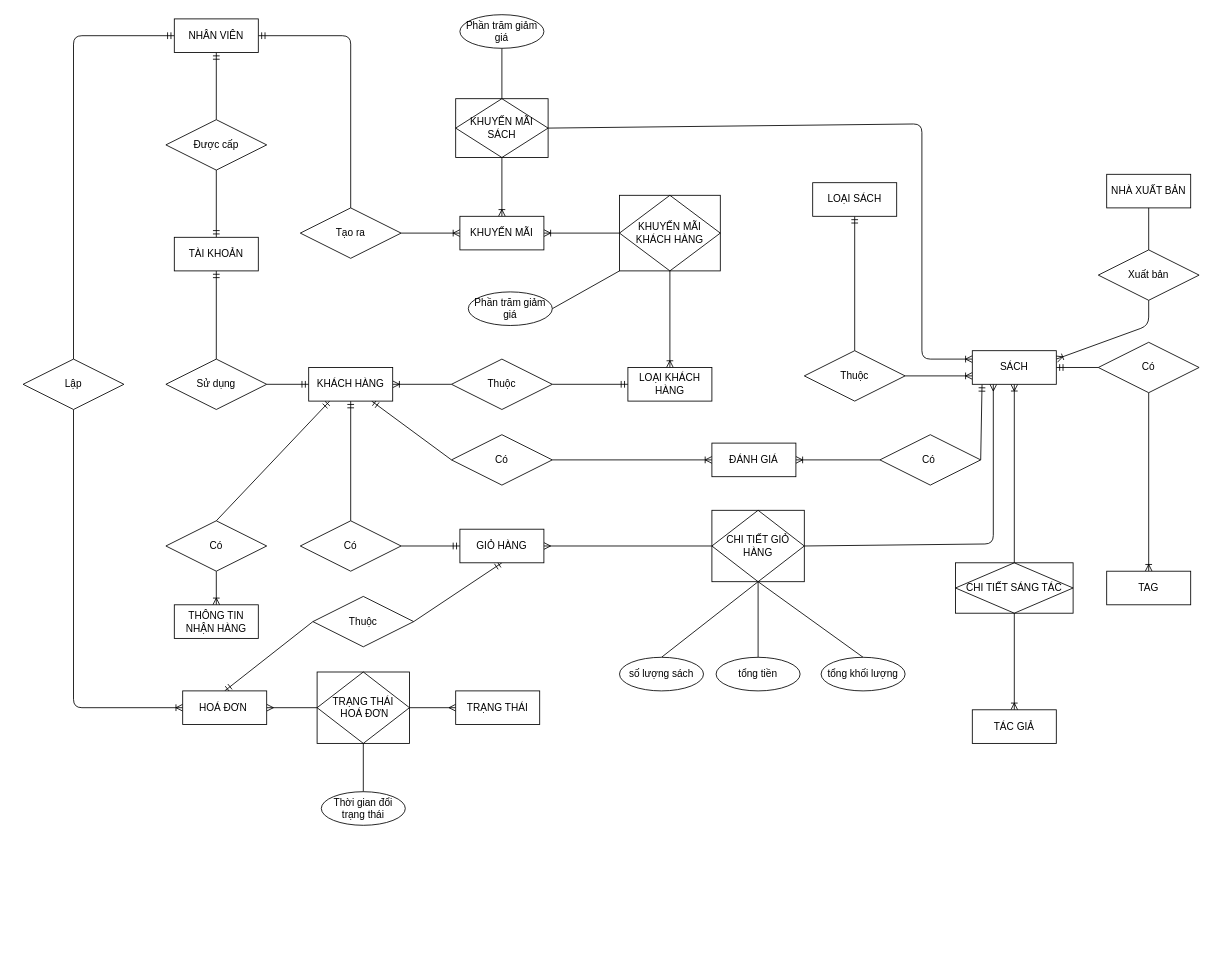
powdevlin12/Sell_Book_Online_BE_NestJS keeps this draw.io diagram as design/ERD.drawio. Above is the earlier version. Source tidied: cells renumbered, new cells numbered last; positions are measured from the earlier drawing's top-left corner, leaving out a move shared by most shapes. Both pictures are drawn from the tidied source at 84%, with x=0, y=0 at pixel (23, 14).
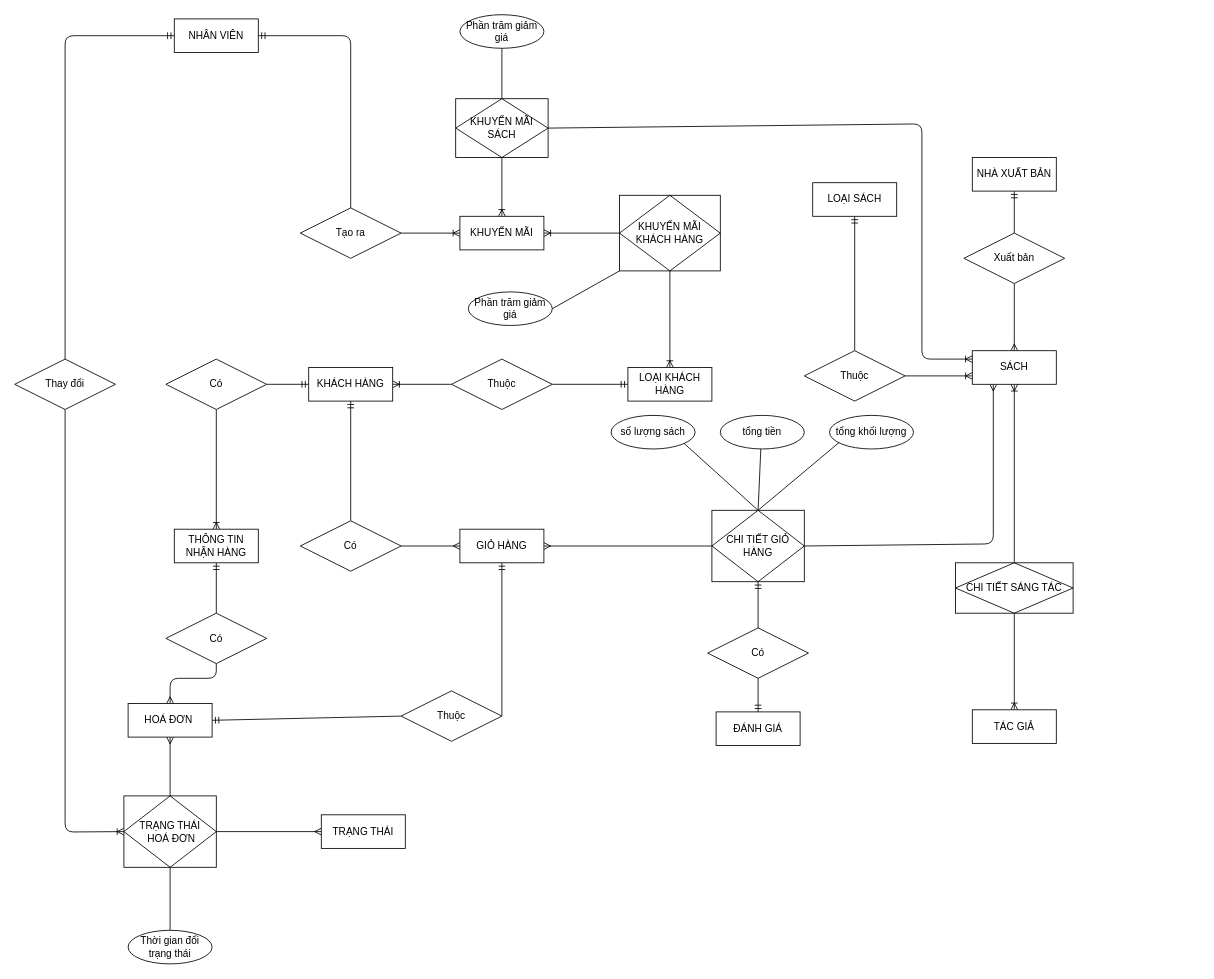
The same page after the edit.

Unchanged cells that the change refers to:
```xml
<mxCell id="8" value="NHÂN VIÊN" style="rounded=0;arcSize=10;whiteSpace=wrap;html=1;align=center;" parent="1" vertex="1">
  <mxGeometry x="180" y="5" width="100" height="40" as="geometry" />
</mxCell>
<mxCell id="14" value="KHÁCH HÀNG" style="whiteSpace=wrap;html=1;align=center;rounded=0;" parent="1" vertex="1">
  <mxGeometry x="340" y="420" width="100" height="40" as="geometry" />
</mxCell>
<mxCell id="28" value="SÁCH" style="whiteSpace=wrap;html=1;align=center;rounded=0;" parent="1" vertex="1">
  <mxGeometry x="1130" y="400" width="100" height="40" as="geometry" />
</mxCell>
<mxCell id="59" value="GIỎ HÀNG" style="rounded=0;arcSize=10;whiteSpace=wrap;html=1;align=center;" parent="1" vertex="1">
  <mxGeometry x="520" y="612.5" width="100" height="40" as="geometry" />
</mxCell>
<mxCell id="60" value="Có" style="shape=rhombus;perimeter=rhombusPerimeter;whiteSpace=wrap;html=1;align=center;rounded=0;sketch=0;" parent="1" vertex="1">
  <mxGeometry x="330" y="602.5" width="120" height="60" as="geometry" />
</mxCell>
<mxCell id="64" value="CHI TIẾT GIỎ HÀNG" style="shape=associativeEntity;whiteSpace=wrap;html=1;align=center;rounded=0;sketch=0;" parent="1" vertex="1">
  <mxGeometry x="820" y="590" width="110" height="85" as="geometry" />
</mxCell>
```

The edit, as a diff of the source:
```diff
@@
-    <mxCell id="2" style="edgeStyle=none;html=1;exitX=0.5;exitY=0;exitDx=0;exitDy=0;entryX=0.5;entryY=1;entryDx=0;entryDy=0;endArrow=none;endFill=0;startArrow=ERmandOne;startFill=0;" parent="1" edge="1" source="4" target="15">
-      <mxGeometry relative="1" as="geometry" />
-    </mxCell>
-    <mxCell id="3" style="edgeStyle=none;html=1;exitX=0.5;exitY=1;exitDx=0;exitDy=0;startArrow=ERmandOne;startFill=0;endArrow=none;endFill=0;entryX=0.5;entryY=0;entryDx=0;entryDy=0;" parent="1" edge="1" source="4" target="16">
-      <mxGeometry relative="1" as="geometry" />
-    </mxCell>
-    <mxCell id="4" value="TÀI KHOẢN" style="rounded=0;arcSize=10;whiteSpace=wrap;html=1;align=center;" parent="1" vertex="1">
-      <mxGeometry x="180" y="265" width="100" height="40" as="geometry" />
-    </mxCell>
-    <mxCell id="5" style="edgeStyle=none;html=1;exitX=0.5;exitY=1;exitDx=0;exitDy=0;entryX=0.5;entryY=0;entryDx=0;entryDy=0;startArrow=ERmandOne;startFill=0;endArrow=none;endFill=0;" parent="1" edge="1" source="8" target="15">
-      <mxGeometry relative="1" as="geometry" />
-    </mxCell>
@@
     <mxCell id="7" style="edgeStyle=none;html=1;exitX=0;exitY=0.5;exitDx=0;exitDy=0;entryX=0.5;entryY=0;entryDx=0;entryDy=0;startArrow=ERmandOne;startFill=0;endArrow=none;endFill=0;" parent="1" edge="1" source="8" target="76">
       <mxGeometry relative="1" as="geometry">
         <Array as="points">
-          <mxPoint x="60" y="25" />
+          <mxPoint x="50" y="25" />
         </Array>
       </mxGeometry>
     </mxCell>
@@
-    <mxCell id="9" style="edgeStyle=none;html=1;exitX=0;exitY=0.5;exitDx=0;exitDy=0;entryX=1;entryY=0.5;entryDx=0;entryDy=0;startArrow=ERmandOne;startFill=0;endArrow=none;endFill=0;" parent="1" edge="1" source="14" target="16">
-      <mxGeometry relative="1" as="geometry" />
-    </mxCell>
@@
-    <mxCell id="12" style="edgeStyle=none;html=1;exitX=0.25;exitY=1;exitDx=0;exitDy=0;entryX=0.5;entryY=0;entryDx=0;entryDy=0;startArrow=ERmandOne;startFill=0;endArrow=none;endFill=0;" parent="1" edge="1" source="14" target="81">
+    <mxCell id="12" style="edgeStyle=none;html=1;exitX=0;exitY=0.5;exitDx=0;exitDy=0;entryX=1;entryY=0.5;entryDx=0;entryDy=0;startArrow=ERmandOne;startFill=0;endArrow=none;endFill=0;" parent="1" edge="1" source="14" target="81">
       <mxGeometry relative="1" as="geometry" />
     </mxCell>
-    <mxCell id="13" style="edgeStyle=none;html=1;exitX=0.75;exitY=1;exitDx=0;exitDy=0;entryX=0;entryY=0.5;entryDx=0;entryDy=0;startArrow=ERmandOne;startFill=0;endArrow=none;endFill=0;" parent="1" edge="1" source="14" target="82">
+    <mxCell id="13" style="edgeStyle=none;html=1;exitX=0.5;exitY=1;exitDx=0;exitDy=0;entryX=0.5;entryY=0;entryDx=0;entryDy=0;startArrow=ERmandOne;startFill=0;endArrow=none;endFill=0;" parent="1" edge="1" source="64" target="82">
       <mxGeometry relative="1" as="geometry" />
     </mxCell>
@@
-    <mxCell id="15" value="Được cấp" style="shape=rhombus;perimeter=rhombusPerimeter;whiteSpace=wrap;html=1;align=center;rounded=0;" parent="1" vertex="1">
-      <mxGeometry x="170" y="125" width="120" height="60" as="geometry" />
-    </mxCell>
-    <mxCell id="16" value="Sử dụng" style="shape=rhombus;perimeter=rhombusPerimeter;whiteSpace=wrap;html=1;align=center;rounded=0;" parent="1" vertex="1">
-      <mxGeometry x="170" y="410" width="120" height="60" as="geometry" />
-    </mxCell>
@@
-    <mxCell id="22" style="edgeStyle=none;html=1;exitX=1;exitY=0.5;exitDx=0;exitDy=0;entryX=0;entryY=0.5;entryDx=0;entryDy=0;startArrow=ERmandOne;startFill=0;endArrow=none;endFill=0;" parent="1" edge="1" source="28" target="41">
-      <mxGeometry relative="1" as="geometry" />
-    </mxCell>
-    <mxCell id="23" style="edgeStyle=none;html=1;exitX=1;exitY=0.25;exitDx=0;exitDy=0;entryX=0.5;entryY=1;entryDx=0;entryDy=0;startArrow=ERoneToMany;startFill=0;endArrow=none;endFill=0;" parent="1" edge="1" source="28" target="42">
-      <mxGeometry relative="1" as="geometry">
-        <Array as="points">
-          <mxPoint x="1340" y="370" />
-        </Array>
-      </mxGeometry>
-    </mxCell>
@@
-    <mxCell id="25" style="edgeStyle=none;html=1;exitX=0.116;exitY=1.004;exitDx=0;exitDy=0;entryX=1;entryY=0.5;entryDx=0;entryDy=0;startArrow=ERmandOne;startFill=0;endArrow=none;endFill=0;exitPerimeter=0;" parent="1" edge="1" source="28" target="44">
-      <mxGeometry relative="1" as="geometry" />
-    </mxCell>
@@
+    <mxCell id="23" style="edgeStyle=none;html=1;exitX=0.5;exitY=0;exitDx=0;exitDy=0;entryX=0.5;entryY=1;entryDx=0;entryDy=0;startArrow=ERmany;startFill=0;endArrow=none;endFill=0;" parent="1" edge="1" source="28" target="42">
+      <mxGeometry relative="1" as="geometry" />
+    </mxCell>
@@
-    <mxCell id="31" style="edgeStyle=none;html=1;exitX=1;exitY=0.5;exitDx=0;exitDy=0;entryX=0;entryY=0.5;entryDx=0;entryDy=0;startArrow=ERoneToMany;startFill=0;endArrow=none;endFill=0;" parent="1" edge="1" source="33" target="44">
-      <mxGeometry relative="1" as="geometry" />
-    </mxCell>
-    <mxCell id="32" style="edgeStyle=none;html=1;exitX=0;exitY=0.5;exitDx=0;exitDy=0;entryX=1;entryY=0.5;entryDx=0;entryDy=0;startArrow=ERoneToMany;startFill=0;endArrow=none;endFill=0;" parent="1" edge="1" source="33" target="82">
+    <mxCell id="32" style="edgeStyle=none;html=1;exitX=0.5;exitY=0;exitDx=0;exitDy=0;entryX=0.5;entryY=1;entryDx=0;entryDy=0;startArrow=ERmandOne;startFill=0;endArrow=none;endFill=0;" parent="1" edge="1" source="33" target="82">
       <mxGeometry relative="1" as="geometry" />
     </mxCell>
     <mxCell id="33" value="ĐÁNH GIÁ" style="whiteSpace=wrap;html=1;align=center;rounded=0;" parent="1" vertex="1">
-      <mxGeometry x="820" y="510" width="100" height="40" as="geometry" />
+      <mxGeometry x="825" y="830" width="100" height="40" as="geometry" />
     </mxCell>
@@
-    <mxCell id="36" style="edgeStyle=none;html=1;entryX=0.5;entryY=0;entryDx=0;entryDy=0;startArrow=ERmandOne;startFill=0;endArrow=none;endFill=0;" parent="1" edge="1" target="42">
-      <mxGeometry relative="1" as="geometry">
-        <mxPoint x="1340" y="220" as="sourcePoint" />
-      </mxGeometry>
+    <mxCell id="36" style="edgeStyle=none;html=1;entryX=0.5;entryY=0;entryDx=0;entryDy=0;startArrow=ERmandOne;startFill=0;endArrow=none;endFill=0;exitX=0.5;exitY=1;exitDx=0;exitDy=0;" parent="1" edge="1" source="37" target="42">
+      <mxGeometry relative="1" as="geometry" />
     </mxCell>
     <mxCell id="37" value="NHÀ XUẤT BẢN" style="whiteSpace=wrap;html=1;align=center;rounded=0;" parent="1" vertex="1">
-      <mxGeometry x="1290" y="190" width="100" height="40" as="geometry" />
+      <mxGeometry x="1130" y="170" width="100" height="40" as="geometry" />
     </mxCell>
-    <mxCell id="38" style="edgeStyle=none;html=1;exitX=0.5;exitY=0;exitDx=0;exitDy=0;entryX=0.5;entryY=1;entryDx=0;entryDy=0;startArrow=ERoneToMany;startFill=0;endArrow=none;endFill=0;" parent="1" edge="1" source="39" target="41">
-      <mxGeometry relative="1" as="geometry" />
-    </mxCell>
-    <mxCell id="39" value="TAG" style="whiteSpace=wrap;html=1;align=center;rounded=0;" parent="1" vertex="1">
-      <mxGeometry x="1290" y="662.5" width="100" height="40" as="geometry" />
-    </mxCell>
@@
-    <mxCell id="41" value="Có" style="shape=rhombus;perimeter=rhombusPerimeter;whiteSpace=wrap;html=1;align=center;rounded=0;" parent="1" vertex="1">
-      <mxGeometry x="1280" y="390" width="120" height="60" as="geometry" />
-    </mxCell>
     <mxCell id="42" value="Xuất bản" style="shape=rhombus;perimeter=rhombusPerimeter;whiteSpace=wrap;html=1;align=center;rounded=0;" parent="1" vertex="1">
-      <mxGeometry x="1280" y="280" width="120" height="60" as="geometry" />
+      <mxGeometry x="1120" y="260" width="120" height="60" as="geometry" />
     </mxCell>
@@
-    <mxCell id="44" value="Có&amp;nbsp;" style="shape=rhombus;perimeter=rhombusPerimeter;whiteSpace=wrap;html=1;align=center;rounded=0;" parent="1" vertex="1">
-      <mxGeometry x="1020" y="500" width="120" height="60" as="geometry" />
-    </mxCell>
@@
-    <mxCell id="56" style="edgeStyle=none;html=1;exitX=0;exitY=0.5;exitDx=0;exitDy=0;entryX=1;entryY=0.5;entryDx=0;entryDy=0;startArrow=ERmandOne;startFill=0;endArrow=none;endFill=0;" parent="1" edge="1" source="59" target="60">
+    <mxCell id="56" style="edgeStyle=none;html=1;exitX=0;exitY=0.5;exitDx=0;exitDy=0;entryX=1;entryY=0.5;entryDx=0;entryDy=0;startArrow=ERmany;startFill=0;endArrow=none;endFill=0;" parent="1" edge="1" source="59" target="60">
       <mxGeometry relative="1" as="geometry" />
     </mxCell>
@@
-    <mxCell id="61" style="edgeStyle=none;html=1;exitX=0.5;exitY=1;exitDx=0;exitDy=0;entryX=0.5;entryY=0;entryDx=0;entryDy=0;startArrow=none;startFill=0;endArrow=none;endFill=0;" parent="1" edge="1" source="64" target="77">
+    <mxCell id="61" style="edgeStyle=none;html=1;exitX=0.5;exitY=0;exitDx=0;exitDy=0;entryX=0.5;entryY=0;entryDx=0;entryDy=0;startArrow=none;startFill=0;endArrow=none;endFill=0;" parent="1" edge="1" source="64" target="77">
       <mxGeometry relative="1" as="geometry" />
     </mxCell>
-    <mxCell id="62" style="edgeStyle=none;html=1;exitX=0.5;exitY=1;exitDx=0;exitDy=0;entryX=0.5;entryY=0;entryDx=0;entryDy=0;startArrow=none;startFill=0;endArrow=none;endFill=0;" parent="1" edge="1" source="64" target="78">
+    <mxCell id="62" style="edgeStyle=none;html=1;exitX=0.5;exitY=0;exitDx=0;exitDy=0;entryX=0.5;entryY=0;entryDx=0;entryDy=0;startArrow=none;startFill=0;endArrow=none;endFill=0;" parent="1" edge="1" source="64" target="78">
       <mxGeometry relative="1" as="geometry" />
     </mxCell>
-    <mxCell id="63" style="edgeStyle=none;html=1;exitX=0.5;exitY=1;exitDx=0;exitDy=0;entryX=0.5;entryY=0;entryDx=0;entryDy=0;startArrow=none;startFill=0;endArrow=none;endFill=0;" parent="1" edge="1" source="64" target="65">
+    <mxCell id="63" style="edgeStyle=none;html=1;exitX=0.5;exitY=0;exitDx=0;exitDy=0;entryX=0.5;entryY=0;entryDx=0;entryDy=0;startArrow=none;startFill=0;endArrow=none;endFill=0;" parent="1" edge="1" source="64" target="65">
       <mxGeometry relative="1" as="geometry" />
     </mxCell>
@@
     <mxCell id="65" value="số lượng sách" style="ellipse;whiteSpace=wrap;html=1;align=center;rounded=0;sketch=0;" parent="1" vertex="1">
-      <mxGeometry x="710" y="765" width="100" height="40" as="geometry" />
+      <mxGeometry x="700" y="477" width="100" height="40" as="geometry" />
     </mxCell>
-    <mxCell id="66" style="edgeStyle=none;html=1;exitX=1;exitY=0.5;exitDx=0;exitDy=0;entryX=0;entryY=0.5;entryDx=0;entryDy=0;startArrow=ERmany;startFill=0;endArrow=none;endFill=0;" parent="1" edge="1" source="69" target="73">
+    <mxCell id="66" style="edgeStyle=none;html=1;exitX=0.5;exitY=1;exitDx=0;exitDy=0;entryX=0.5;entryY=0;entryDx=0;entryDy=0;startArrow=ERmany;startFill=0;endArrow=none;endFill=0;" parent="1" edge="1" source="69" target="73">
       <mxGeometry relative="1" as="geometry" />
     </mxCell>
-    <mxCell id="67" style="edgeStyle=none;html=1;exitX=0.5;exitY=0;exitDx=0;exitDy=0;entryX=0;entryY=0.5;entryDx=0;entryDy=0;startArrow=ERmandOne;startFill=0;endArrow=none;endFill=0;" parent="1" edge="1" source="69" target="75">
+    <mxCell id="67" style="edgeStyle=none;html=1;exitX=1;exitY=0.5;exitDx=0;exitDy=0;entryX=0;entryY=0.5;entryDx=0;entryDy=0;startArrow=ERmandOne;startFill=0;endArrow=none;endFill=0;" parent="1" edge="1" source="69" target="75">
       <mxGeometry relative="1" as="geometry" />
     </mxCell>
-    <mxCell id="68" style="edgeStyle=none;html=1;exitX=0;exitY=0.5;exitDx=0;exitDy=0;entryX=0.5;entryY=1;entryDx=0;entryDy=0;startArrow=ERoneToMany;startFill=0;endArrow=none;endFill=0;" parent="1" edge="1" source="69" target="76">
+    <mxCell id="68" style="edgeStyle=none;html=1;exitX=0;exitY=0.5;exitDx=0;exitDy=0;entryX=0.5;entryY=1;entryDx=0;entryDy=0;startArrow=ERoneToMany;startFill=0;endArrow=none;endFill=0;" parent="1" edge="1" source="73" target="76">
       <mxGeometry relative="1" as="geometry">
         <Array as="points">
-          <mxPoint x="60" y="825" />
+          <mxPoint x="50" y="973" />
         </Array>
       </mxGeometry>
     </mxCell>
+    <mxCell id="83" style="edgeStyle=none;html=1;exitX=0.5;exitY=0;exitDx=0;exitDy=0;entryX=0.5;entryY=1;entryDx=0;entryDy=0;startArrow=ERmany;startFill=0;endArrow=none;endFill=0;" parent="1" edge="1" source="69" target="85">
+      <mxGeometry relative="1" as="geometry">
+        <Array as="points">
+          <mxPoint x="175" y="790" />
+          <mxPoint x="230" y="790" />
+        </Array>
+      </mxGeometry>
+    </mxCell>
     <mxCell id="69" value="HOÁ ĐƠN&amp;nbsp;" style="whiteSpace=wrap;html=1;align=center;rounded=0;" parent="1" vertex="1">
-      <mxGeometry x="190" y="805" width="100" height="40" as="geometry" />
+      <mxGeometry x="125" y="820" width="100" height="40" as="geometry" />
     </mxCell>
@@
     <mxCell id="71" value="TRẠNG THÁI" style="whiteSpace=wrap;html=1;align=center;rounded=0;" parent="1" vertex="1">
-      <mxGeometry x="515" y="805" width="100" height="40" as="geometry" />
+      <mxGeometry x="355" y="952.5" width="100" height="40" as="geometry" />
     </mxCell>
@@
     <mxCell id="73" value="TRẠNG THÁI&lt;br&gt;&amp;nbsp;HOÁ ĐƠN" style="shape=associativeEntity;whiteSpace=wrap;html=1;align=center;rounded=0;sketch=0;" parent="1" vertex="1">
-      <mxGeometry x="350" y="782.5" width="110" height="85" as="geometry" />
+      <mxGeometry x="120" y="930" width="110" height="85" as="geometry" />
     </mxCell>
     <mxCell id="74" value="Thời gian đổi trạng thái" style="ellipse;whiteSpace=wrap;html=1;align=center;rounded=0;sketch=0;" parent="1" vertex="1">
-      <mxGeometry x="355" y="925" width="100" height="40" as="geometry" />
+      <mxGeometry x="125" y="1090" width="100" height="40" as="geometry" />
     </mxCell>
     <mxCell id="75" value="Thuộc" style="shape=rhombus;perimeter=rhombusPerimeter;whiteSpace=wrap;html=1;align=center;rounded=0;sketch=0;" parent="1" vertex="1">
-      <mxGeometry x="345" y="692.5" width="120" height="60" as="geometry" />
+      <mxGeometry x="450" y="805" width="120" height="60" as="geometry" />
     </mxCell>
-    <mxCell id="76" value="Lập" style="shape=rhombus;perimeter=rhombusPerimeter;whiteSpace=wrap;html=1;align=center;rounded=0;" parent="1" vertex="1">
-      <mxGeometry y="410" width="120" height="60" as="geometry" />
+    <mxCell id="76" value="Thay đổi" style="shape=rhombus;perimeter=rhombusPerimeter;whiteSpace=wrap;html=1;align=center;rounded=0;" parent="1" vertex="1">
+      <mxGeometry x="-10" y="410" width="120" height="60" as="geometry" />
     </mxCell>
     <mxCell id="77" value="tổng tiền" style="ellipse;whiteSpace=wrap;html=1;align=center;rounded=0;sketch=0;" parent="1" vertex="1">
-      <mxGeometry x="825" y="765" width="100" height="40" as="geometry" />
+      <mxGeometry x="830" y="477" width="100" height="40" as="geometry" />
     </mxCell>
     <mxCell id="78" value="tổng khối lượng" style="ellipse;whiteSpace=wrap;html=1;align=center;rounded=0;sketch=0;" parent="1" vertex="1">
-      <mxGeometry x="950" y="765" width="100" height="40" as="geometry" />
+      <mxGeometry x="960" y="477" width="100" height="40" as="geometry" />
     </mxCell>
@@
+    <mxCell id="84" style="edgeStyle=none;html=1;exitX=0.5;exitY=1;exitDx=0;exitDy=0;entryX=0.5;entryY=0;entryDx=0;entryDy=0;startArrow=ERmandOne;startFill=0;endArrow=none;endFill=0;" parent="1" edge="1" source="80" target="85">
+      <mxGeometry relative="1" as="geometry" />
+    </mxCell>
     <mxCell id="80" value="THÔNG TIN&lt;br&gt;NHẬN HÀNG" style="whiteSpace=wrap;html=1;align=center;rounded=0;" parent="1" vertex="1">
-      <mxGeometry x="180" y="702.5" width="100" height="40" as="geometry" />
+      <mxGeometry x="180" y="612.5" width="100" height="40" as="geometry" />
     </mxCell>
     <mxCell id="81" value="Có" style="shape=rhombus;perimeter=rhombusPerimeter;whiteSpace=wrap;html=1;align=center;rounded=0;sketch=0;" parent="1" vertex="1">
-      <mxGeometry x="170" y="602.5" width="120" height="60" as="geometry" />
+      <mxGeometry x="170" y="410" width="120" height="60" as="geometry" />
     </mxCell>
     <mxCell id="82" value="Có" style="shape=rhombus;perimeter=rhombusPerimeter;whiteSpace=wrap;html=1;align=center;rounded=0;sketch=0;" parent="1" vertex="1">
-      <mxGeometry x="510" y="500" width="120" height="60" as="geometry" />
+      <mxGeometry x="815" y="730" width="120" height="60" as="geometry" />
     </mxCell>
+    <mxCell id="85" value="Có" style="shape=rhombus;perimeter=rhombusPerimeter;whiteSpace=wrap;html=1;align=center;rounded=0;sketch=0;" parent="1" vertex="1">
+      <mxGeometry x="170" y="712.5" width="120" height="60" as="geometry" />
+    </mxCell>
```
